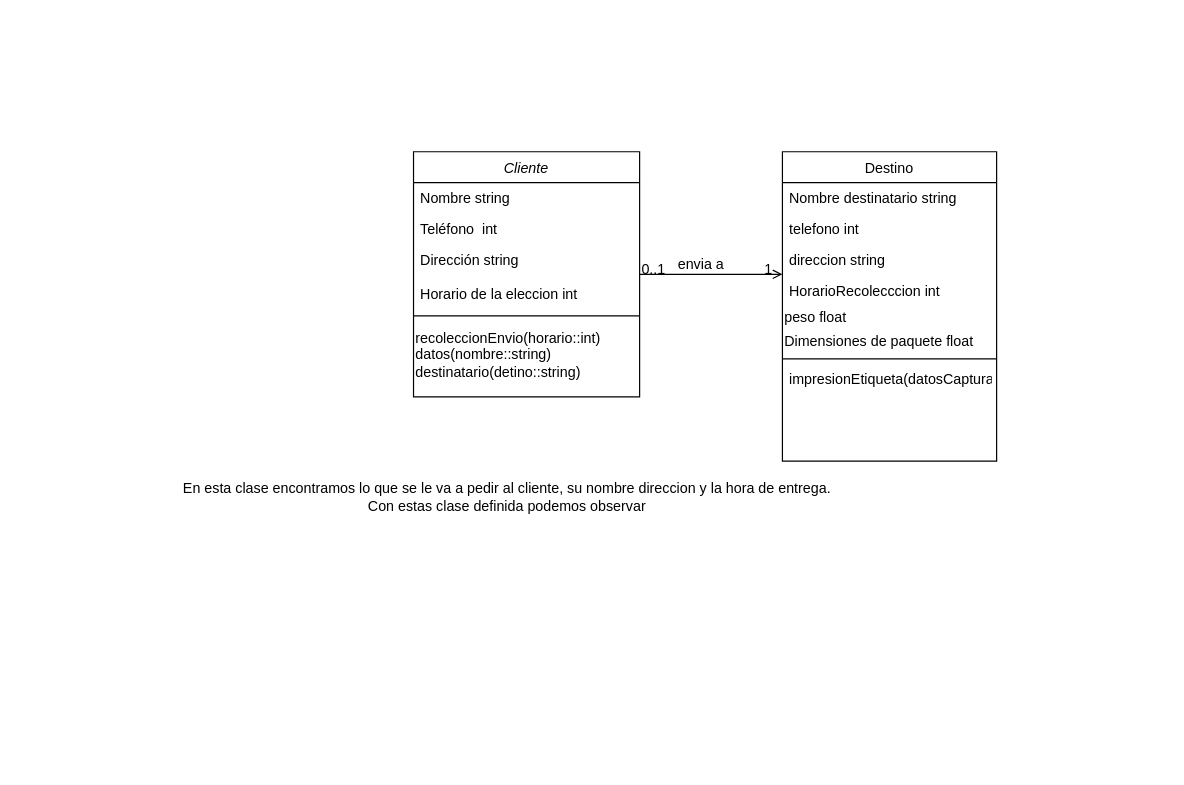
This is page "escenario 1" (1 of 2) of Untitled Diagram.drawio from isabelinna/Proyecto, a draw.io file, before an edit. Source tidied: cells renumbered, new cells numbered last; positions are measured from the earlier drawing's top-left corner, leaving out a move shared by most shapes. Both pictures are drawn from the tidied source at 119%, with x=0, y=0 at pixel (175, 151).
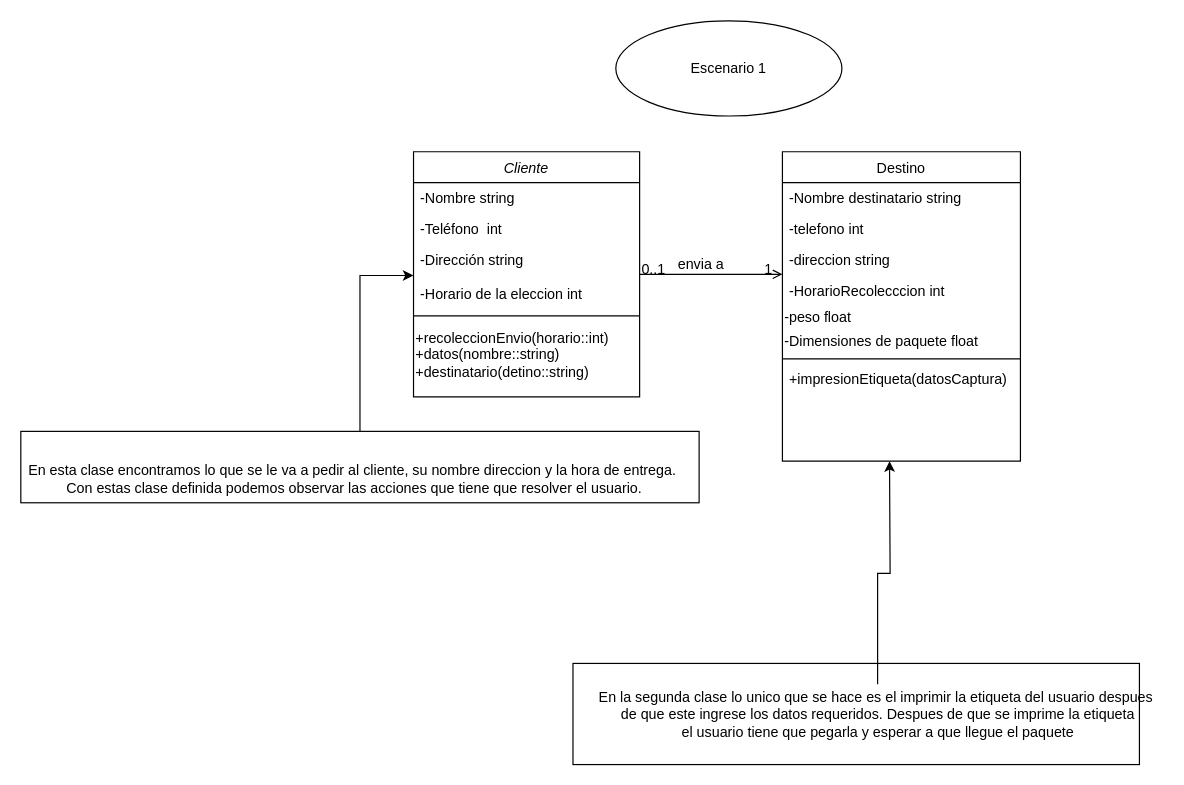
Above is the later version.

Unchanged cells that the change refers to:
```xml
<mxCell id="2" value="Cliente" style="swimlane;fontStyle=2;align=center;verticalAlign=top;horizontal=1;startSize=26;rounded=0;shadow=0;strokeWidth=1;" parent="1" vertex="1">
  <mxGeometry x="200" width="190" height="206" as="geometry" />
</mxCell>
```

Change to the diagram source:
```diff
@@
+    <mxCell id="22" style="edgeStyle=orthogonalEdgeStyle;rounded=0;jettySize=auto;html=1;entryX=0;entryY=0.5;entryDx=0;entryDy=0;" parent="1" edge="1" source="23" target="5">
+      <mxGeometry relative="1" as="geometry" />
+    </mxCell>
+    <mxCell id="23" style="rounded=0;whiteSpace=wrap;html=1;" parent="1" vertex="1">
+      <mxGeometry x="-130" y="235" width="570" height="60" as="geometry" />
+    </mxCell>
+    <mxCell id="24" style="rounded=0;whiteSpace=wrap;html=1;" parent="1" vertex="1">
+      <mxGeometry x="334" y="430" width="476" height="85" as="geometry" />
+    </mxCell>
@@
-    <mxCell id="3" value="Nombre string" style="text;align=left;verticalAlign=top;spacingLeft=4;spacingRight=4;overflow=hidden;" parent="2" vertex="1">
+    <mxCell id="3" value="-Nombre string" style="text;align=left;verticalAlign=top;spacingLeft=4;spacingRight=4;overflow=hidden;" parent="2" vertex="1">
       <mxGeometry y="26" width="190" height="26" as="geometry" />
     </mxCell>
-    <mxCell id="4" value="Teléfono  int" style="text;align=left;verticalAlign=top;spacingLeft=4;spacingRight=4;overflow=hidden;rounded=0;shadow=0;html=0;" parent="2" vertex="1">
+    <mxCell id="4" value="-Teléfono  int" style="text;align=left;verticalAlign=top;spacingLeft=4;spacingRight=4;overflow=hidden;rounded=0;shadow=0;html=0;" parent="2" vertex="1">
       <mxGeometry y="52" width="190" height="26" as="geometry" />
     </mxCell>
-    <mxCell id="5" value="Dirección string&#10;&#10;Horario de la eleccion int" style="text;align=left;verticalAlign=top;spacingLeft=4;spacingRight=4;overflow=hidden;points=[[0,0.5],[1,0.5]];portConstraint=eastwest;rounded=0;shadow=0;html=0;" parent="2" vertex="1">
+    <mxCell id="5" value="-Dirección string&#10;&#10;-Horario de la eleccion int" style="text;align=left;verticalAlign=top;spacingLeft=4;spacingRight=4;overflow=hidden;points=[[0,0.5],[1,0.5]];portConstraint=eastwest;rounded=0;shadow=0;html=0;" parent="2" vertex="1">
       <mxGeometry y="78" width="190" height="52" as="geometry" />
     </mxCell>
@@
-    <mxCell id="7" value="recoleccionEnvio(horario::int)&lt;br&gt;datos(nombre::string)&lt;br&gt;destinatario(detino::string)&lt;br&gt;" style="text;html=1;align=left;verticalAlign=middle;" parent="2" vertex="1">
+    <mxCell id="7" value="+recoleccionEnvio(horario::int)&lt;br&gt;+datos(nombre::string)&lt;br&gt;+destinatario(detino::string)" style="text;html=1;align=left;verticalAlign=middle;" parent="2" vertex="1">
       <mxGeometry y="146" width="190" height="50" as="geometry" />
     </mxCell>
     <mxCell id="8" value="Destino" style="swimlane;fontStyle=0;align=center;verticalAlign=top;horizontal=1;startSize=26;rounded=0;shadow=0;strokeWidth=1;" parent="1" vertex="1">
-      <mxGeometry x="510" width="180" height="260" as="geometry" />
+      <mxGeometry x="510" width="200" height="260" as="geometry" />
     </mxCell>
-    <mxCell id="9" value="Nombre destinatario string" style="text;align=left;verticalAlign=top;spacingLeft=4;spacingRight=4;overflow=hidden;" parent="8" vertex="1">
-      <mxGeometry y="26" width="180" height="26" as="geometry" />
+    <mxCell id="9" value="-Nombre destinatario string" style="text;align=left;verticalAlign=top;spacingLeft=4;spacingRight=4;overflow=hidden;" parent="8" vertex="1">
+      <mxGeometry y="26" width="200" height="26" as="geometry" />
     </mxCell>
-    <mxCell id="10" value="telefono int" style="text;align=left;verticalAlign=top;spacingLeft=4;spacingRight=4;overflow=hidden;rounded=0;shadow=0;html=0;" parent="8" vertex="1">
-      <mxGeometry y="52" width="180" height="26" as="geometry" />
+    <mxCell id="10" value="-telefono int" style="text;align=left;verticalAlign=top;spacingLeft=4;spacingRight=4;overflow=hidden;rounded=0;shadow=0;html=0;" parent="8" vertex="1">
+      <mxGeometry y="52" width="200" height="26" as="geometry" />
     </mxCell>
-    <mxCell id="11" value="direccion string" style="text;align=left;verticalAlign=top;spacingLeft=4;spacingRight=4;overflow=hidden;rounded=0;shadow=0;html=0;" parent="8" vertex="1">
-      <mxGeometry y="78" width="180" height="26" as="geometry" />
+    <mxCell id="11" value="-direccion string" style="text;align=left;verticalAlign=top;spacingLeft=4;spacingRight=4;overflow=hidden;rounded=0;shadow=0;html=0;" parent="8" vertex="1">
+      <mxGeometry y="78" width="200" height="26" as="geometry" />
     </mxCell>
-    <mxCell id="12" value="HorarioRecolecccion int" style="text;align=left;verticalAlign=top;spacingLeft=4;spacingRight=4;overflow=hidden;rounded=0;shadow=0;html=0;" parent="8" vertex="1">
-      <mxGeometry y="104" width="180" height="26" as="geometry" />
+    <mxCell id="12" value="-HorarioRecolecccion int" style="text;align=left;verticalAlign=top;spacingLeft=4;spacingRight=4;overflow=hidden;rounded=0;shadow=0;html=0;" parent="8" vertex="1">
+      <mxGeometry y="104" width="200" height="26" as="geometry" />
     </mxCell>
-    <mxCell id="13" value="peso float" style="text;html=1;align=left;verticalAlign=middle;" parent="8" vertex="1">
-      <mxGeometry y="130" width="180" height="20" as="geometry" />
+    <mxCell id="13" value="-peso float" style="text;html=1;align=left;verticalAlign=middle;" parent="8" vertex="1">
+      <mxGeometry y="130" width="200" height="20" as="geometry" />
     </mxCell>
-    <mxCell id="14" value="Dimensiones de paquete float" style="text;html=1;align=left;verticalAlign=middle;" parent="8" vertex="1">
-      <mxGeometry y="150" width="180" height="20" as="geometry" />
+    <mxCell id="14" value="-Dimensiones de paquete float" style="text;html=1;align=left;verticalAlign=middle;" parent="8" vertex="1">
+      <mxGeometry y="150" width="200" height="20" as="geometry" />
     </mxCell>
     <mxCell id="15" style="line;html=1;strokeWidth=1;align=left;verticalAlign=middle;spacingTop=-1;spacingLeft=3;spacingRight=3;labelPosition=right;" parent="8" vertex="1">
-      <mxGeometry y="170" width="180" height="8" as="geometry" />
+      <mxGeometry y="170" width="200" height="8" as="geometry" />
     </mxCell>
-    <mxCell id="16" value="impresionEtiqueta(datosCaptura)" style="text;align=left;verticalAlign=top;spacingLeft=4;spacingRight=4;overflow=hidden;" parent="8" vertex="1">
-      <mxGeometry y="178" width="180" height="26" as="geometry" />
+    <mxCell id="16" value="+impresionEtiqueta(datosCaptura)" style="text;align=left;verticalAlign=top;spacingLeft=4;spacingRight=4;overflow=hidden;" parent="8" vertex="1">
+      <mxGeometry y="178" width="200" height="26" as="geometry" />
     </mxCell>
@@
-    <mxCell id="21" value="En esta clase encontramos lo que se le va a pedir al cliente, su nombre direccion y la hora de entrega.&amp;nbsp;&lt;br&gt;Con estas clase definida podemos observar&amp;nbsp;" style="text;html=1;align=center;verticalAlign=middle;" parent="1" vertex="1">
-      <mxGeometry y="275" width="560" height="30" as="geometry" />
+    <mxCell id="21" value="En esta clase encontramos lo que se le va a pedir al cliente, su nombre direccion y la hora de entrega.&amp;nbsp;&lt;br&gt;Con estas clase definida podemos observar las acciones que tiene que resolver el usuario." style="text;html=1;align=center;verticalAlign=middle;" parent="1" vertex="1">
+      <mxGeometry x="-130" y="260" width="560" height="30" as="geometry" />
     </mxCell>
+    <mxCell id="25" style="edgeStyle=orthogonalEdgeStyle;rounded=0;jettySize=auto;html=1;" parent="1" edge="1" source="26">
+      <mxGeometry relative="1" as="geometry">
+        <mxPoint x="600" y="260" as="targetPoint" />
+      </mxGeometry>
+    </mxCell>
+    <mxCell id="26" value="En la segunda clase lo unico que se hace es el imprimir la etiqueta del usuario despues&amp;nbsp;&lt;br&gt;de que este ingrese los datos requeridos. Despues de que se imprime la etiqueta&lt;br&gt;el usuario tiene que pegarla y esperar a que llegue el paquete" style="text;html=1;align=center;verticalAlign=middle;points=[];" parent="1" vertex="1">
+      <mxGeometry x="350" y="447.5" width="480" height="50" as="geometry" />
+    </mxCell>
+    <mxCell id="27" value="Escenario 1" style="ellipse;whiteSpace=wrap;html=1;" parent="1" vertex="1">
+      <mxGeometry x="370" y="-110" width="190" height="80" as="geometry" />
+    </mxCell>
```
